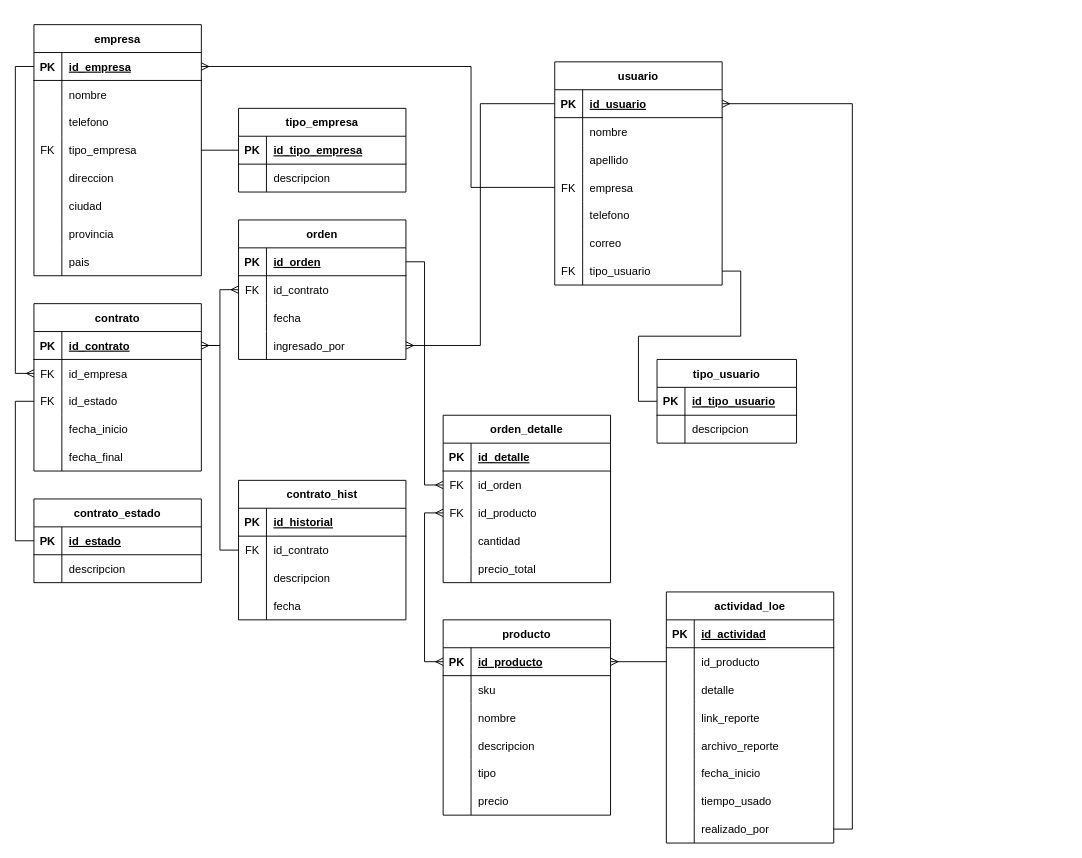
Before: scg_main_db.drawio in ismgonza/scg, a draw.io diagram. Source tidied: cells renumbered, new cells numbered last; positions are measured from the earlier drawing's top-left corner, leaving out a move shared by most shapes. Both pictures are drawn from the tidied source at 93%, with x=0, y=0 at pixel (33, 24).
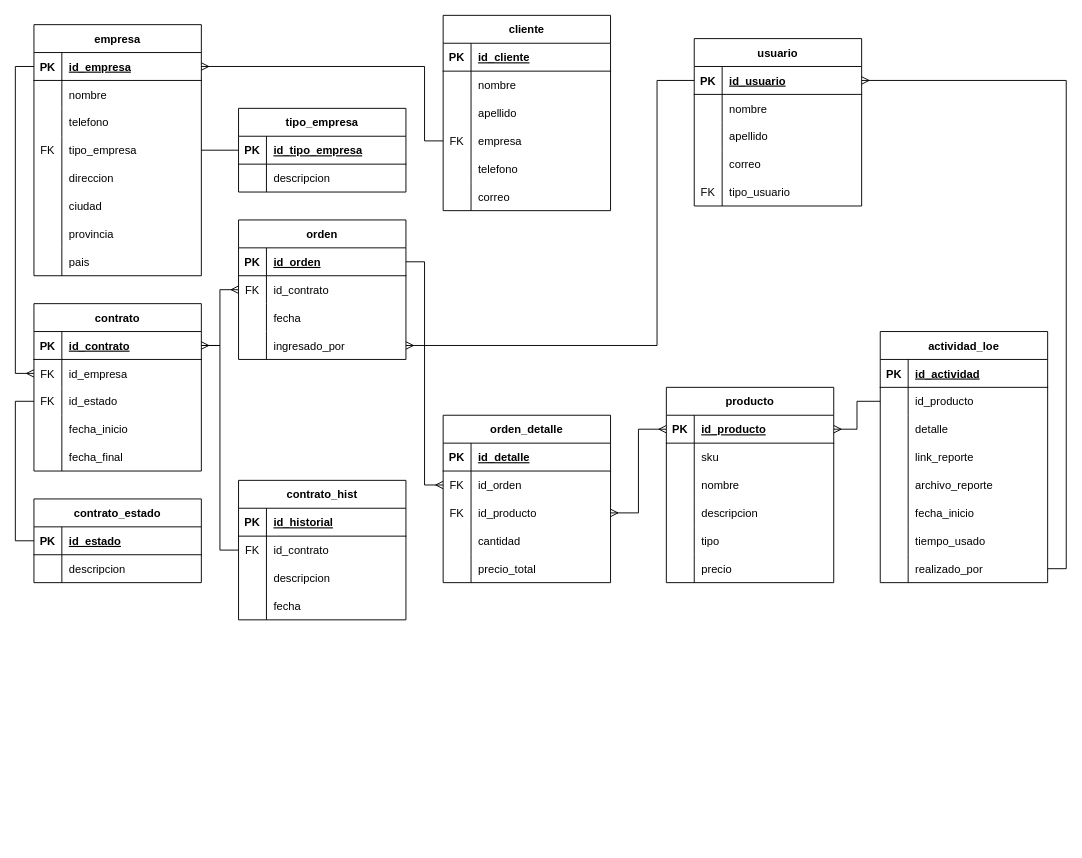
After the change.

The change refers to these unchanged cells:
```xml
<mxCell id="3" style="shape=tableRow;horizontal=0;startSize=0;swimlaneHead=0;swimlaneBody=0;fillColor=none;points=[[0,0.5],[1,0.5]];portConstraint=eastwest;top=0;left=0;right=0;bottom=1;" parent="2" vertex="1">
  <mxGeometry y="30" width="180" height="30" as="geometry" />
</mxCell>
<mxCell id="12" style="shape=tableRow;horizontal=0;startSize=0;swimlaneHead=0;swimlaneBody=0;fillColor=none;points=[[0,0.5],[1,0.5]];portConstraint=eastwest;top=0;left=0;right=0;bottom=0;" parent="2" vertex="1">
  <mxGeometry y="120" width="180" height="30" as="geometry" />
</mxCell>
<mxCell id="25" style="shape=tableRow;horizontal=0;startSize=0;swimlaneHead=0;swimlaneBody=0;fillColor=none;points=[[0,0.5],[1,0.5]];portConstraint=eastwest;top=0;left=0;right=0;bottom=1;" parent="24" vertex="1">
  <mxGeometry y="30" width="180" height="30" as="geometry" />
</mxCell>
<mxCell id="66" style="shape=tableRow;horizontal=0;startSize=0;swimlaneHead=0;swimlaneBody=0;fillColor=none;points=[[0,0.5],[1,0.5]];portConstraint=eastwest;top=0;left=0;right=0;bottom=1;" parent="65" vertex="1">
  <mxGeometry y="30" width="180" height="30" as="geometry" />
</mxCell>
<mxCell id="107" style="shape=tableRow;horizontal=0;startSize=0;swimlaneHead=0;swimlaneBody=0;fillColor=none;points=[[0,0.5],[1,0.5]];portConstraint=eastwest;top=0;left=0;right=0;bottom=0;" parent="100" vertex="1">
  <mxGeometry y="90" width="180" height="30" as="geometry" />
</mxCell>
<mxCell id="127" style="shape=tableRow;horizontal=0;startSize=0;swimlaneHead=0;swimlaneBody=0;fillColor=none;points=[[0,0.5],[1,0.5]];portConstraint=eastwest;top=0;left=0;right=0;bottom=0;" parent="117" vertex="1">
  <mxGeometry y="120" width="180" height="30" as="geometry" />
</mxCell>
<mxCell id="176" style="shape=tableRow;horizontal=0;startSize=0;swimlaneHead=0;swimlaneBody=0;fillColor=none;points=[[0,0.5],[1,0.5]];portConstraint=eastwest;top=0;left=0;right=0;bottom=0;" parent="154" vertex="1">
  <mxGeometry y="240" width="180" height="30" as="geometry" />
</mxCell>
```

Diff of the diagram source:
```diff
@@
-    <mxCell id="2" value="usuario" style="shape=table;startSize=30;childLayout=tableLayout;rowLines=0;fontStyle=1;align=center;" parent="1" vertex="1">
-      <mxGeometry x="560" y="40" width="180" height="240" as="geometry" />
+    <mxCell id="2" value="cliente" style="shape=table;startSize=30;childLayout=tableLayout;rowLines=0;fontStyle=1;align=center;" parent="1" vertex="1">
+      <mxGeometry x="440" y="-10" width="180" height="210" as="geometry" />
     </mxCell>
@@
-    <mxCell id="5" value="id_usuario" style="shape=partialRectangle;fillColor=none;top=0;left=0;bottom=0;right=0;align=left;spacingLeft=6;fontStyle=5;overflow=hidden;" parent="3" vertex="1">
+    <mxCell id="5" value="id_cliente" style="shape=partialRectangle;fillColor=none;top=0;left=0;bottom=0;right=0;align=left;spacingLeft=6;fontStyle=5;overflow=hidden;" parent="3" vertex="1">
       <mxGeometry x="30" width="150" height="30" as="geometry" />
     </mxCell>
@@
-    <mxCell id="21" style="shape=tableRow;horizontal=0;startSize=0;swimlaneHead=0;swimlaneBody=0;fillColor=none;points=[[0,0.5],[1,0.5]];portConstraint=eastwest;top=0;left=0;right=0;bottom=0;" parent="2" vertex="1">
-      <mxGeometry y="210" width="180" height="30" as="geometry" />
-    </mxCell>
-    <mxCell id="22" value="FK" style="shape=partialRectangle;fillColor=none;top=0;left=0;bottom=0;right=0;overflow=hidden;" parent="21" vertex="1">
-      <mxGeometry width="30" height="30" as="geometry" />
-    </mxCell>
-    <mxCell id="23" value="tipo_usuario" style="shape=partialRectangle;fillColor=none;top=0;left=0;bottom=0;right=0;align=left;spacingLeft=6;overflow=hidden;" parent="21" vertex="1">
-      <mxGeometry x="30" width="150" height="30" as="geometry" />
-    </mxCell>
@@
-    <mxCell id="56" value="tipo_usuario" style="shape=table;startSize=30;childLayout=tableLayout;rowLines=0;fontStyle=1;align=center;" parent="1" vertex="1">
-      <mxGeometry x="670" y="360" width="150" height="90" as="geometry" />
-    </mxCell>
-    <mxCell id="57" style="shape=tableRow;horizontal=0;startSize=0;swimlaneHead=0;swimlaneBody=0;fillColor=none;points=[[0,0.5],[1,0.5]];portConstraint=eastwest;top=0;left=0;right=0;bottom=1;" parent="56" vertex="1">
-      <mxGeometry y="30" width="150" height="30" as="geometry" />
-    </mxCell>
-    <mxCell id="58" value="PK" style="shape=partialRectangle;fillColor=none;top=0;left=0;bottom=0;right=0;fontStyle=1;overflow=hidden;" parent="57" vertex="1">
-      <mxGeometry width="30" height="30" as="geometry" />
-    </mxCell>
-    <mxCell id="59" value="id_tipo_usuario" style="shape=partialRectangle;fillColor=none;top=0;left=0;bottom=0;right=0;align=left;spacingLeft=6;fontStyle=5;overflow=hidden;" parent="57" vertex="1">
-      <mxGeometry x="30" width="120" height="30" as="geometry" />
-    </mxCell>
-    <mxCell id="60" style="shape=tableRow;horizontal=0;startSize=0;swimlaneHead=0;swimlaneBody=0;fillColor=none;top=0;left=0;right=0;bottom=0;" parent="56" vertex="1">
-      <mxGeometry y="60" width="150" height="30" as="geometry" />
-    </mxCell>
-    <mxCell id="61" style="shape=partialRectangle;fillColor=none;top=0;left=0;bottom=0;right=0;overflow=hidden;" parent="60" vertex="1">
-      <mxGeometry width="30" height="30" as="geometry" />
-    </mxCell>
-    <mxCell id="62" value="descripcion" style="shape=partialRectangle;fillColor=none;top=0;left=0;bottom=0;right=0;align=left;spacingLeft=6;overflow=hidden;" parent="60" vertex="1">
-      <mxGeometry x="30" width="120" height="30" as="geometry" />
-    </mxCell>
@@
-    <mxCell id="64" style="edgeStyle=orthogonalEdgeStyle;rounded=0;jettySize=auto;html=1;exitX=1;exitY=0.5;exitDx=0;exitDy=0;entryX=0;entryY=0.5;entryDx=0;entryDy=0;endArrow=none;endFill=0;" parent="1" edge="1" source="21" target="57">
-      <mxGeometry relative="1" as="geometry" />
-    </mxCell>
     <mxCell id="65" value="producto" style="shape=table;startSize=30;childLayout=tableLayout;rowLines=0;fontStyle=1;align=center;" parent="1" vertex="1">
-      <mxGeometry x="440" y="640" width="180" height="210" as="geometry" />
+      <mxGeometry x="680" y="390" width="180" height="210" as="geometry" />
     </mxCell>
@@
-    <mxCell id="153" style="edgeStyle=orthogonalEdgeStyle;rounded=0;jettySize=auto;html=1;exitX=0;exitY=0.5;exitDx=0;exitDy=0;entryX=0;entryY=0.5;entryDx=0;entryDy=0;endArrow=ERmany;endFill=0;startArrow=ERmany;startFill=0;" parent="1" edge="1" source="66" target="107">
+    <mxCell id="153" style="edgeStyle=orthogonalEdgeStyle;rounded=0;jettySize=auto;html=1;exitX=0;exitY=0.5;exitDx=0;exitDy=0;entryX=1;entryY=0.5;entryDx=0;entryDy=0;endArrow=ERmany;endFill=0;startArrow=ERmany;startFill=0;" parent="1" edge="1" source="66" target="107">
       <mxGeometry relative="1" as="geometry" />
     </mxCell>
     <mxCell id="154" value="actividad_loe" style="shape=table;startSize=30;childLayout=tableLayout;rowLines=0;fontStyle=1;align=center;" parent="1" vertex="1">
-      <mxGeometry x="680" y="610" width="180" height="270" as="geometry" />
+      <mxGeometry x="910" y="330" width="180" height="270" as="geometry" />
     </mxCell>
@@
-    <mxCell id="181" style="edgeStyle=orthogonalEdgeStyle;rounded=0;jettySize=auto;html=1;exitX=1;exitY=0.5;exitDx=0;exitDy=0;entryX=0;entryY=0.5;entryDx=0;entryDy=0;startArrow=ERmany;startFill=0;endArrow=none;endFill=0;" parent="1" edge="1" source="127" target="3">
-      <mxGeometry relative="1" as="geometry" />
+    <mxCell id="181" style="edgeStyle=orthogonalEdgeStyle;rounded=0;jettySize=auto;html=1;exitX=1;exitY=0.5;exitDx=0;exitDy=0;entryX=0;entryY=0.5;entryDx=0;entryDy=0;startArrow=ERmany;startFill=0;endArrow=none;endFill=0;" parent="1" edge="1" source="127" target="185">
+      <mxGeometry relative="1" as="geometry">
+        <Array as="points">
+          <mxPoint x="670" y="345" />
+          <mxPoint x="670" y="60" />
+        </Array>
+      </mxGeometry>
     </mxCell>
     <mxCell id="182" style="edgeStyle=orthogonalEdgeStyle;rounded=0;jettySize=auto;html=1;exitX=1;exitY=0.5;exitDx=0;exitDy=0;entryX=0;entryY=0.5;entryDx=0;entryDy=0;startArrow=ERmany;startFill=0;endArrow=none;endFill=0;" parent="1" edge="1" source="25" target="12">
       <mxGeometry relative="1" as="geometry">
         <Array as="points">
-          <mxPoint x="470" y="45" />
-          <mxPoint x="470" y="175" />
+          <mxPoint x="420" y="45" />
+          <mxPoint x="420" y="125" />
         </Array>
       </mxGeometry>
     </mxCell>
-    <mxCell id="183" style="edgeStyle=orthogonalEdgeStyle;rounded=0;jettySize=auto;html=1;exitX=1;exitY=0.5;exitDx=0;exitDy=0;entryX=1;entryY=0.5;entryDx=0;entryDy=0;startArrow=ERmany;startFill=0;endArrow=none;endFill=0;" parent="1" edge="1" source="3" target="176">
+    <mxCell id="183" style="edgeStyle=orthogonalEdgeStyle;rounded=0;jettySize=auto;html=1;exitX=1;exitY=0.5;exitDx=0;exitDy=0;entryX=1;entryY=0.5;entryDx=0;entryDy=0;startArrow=ERmany;startFill=0;endArrow=none;endFill=0;" parent="1" edge="1" source="185" target="176">
       <mxGeometry relative="1" as="geometry" />
     </mxCell>
+    <mxCell id="184" value="usuario" style="shape=table;startSize=30;childLayout=tableLayout;rowLines=0;fontStyle=1;align=center;" parent="1" vertex="1">
+      <mxGeometry x="710" y="15" width="180" height="180" as="geometry" />
+    </mxCell>
+    <mxCell id="185" style="shape=tableRow;horizontal=0;startSize=0;swimlaneHead=0;swimlaneBody=0;fillColor=none;points=[[0,0.5],[1,0.5]];portConstraint=eastwest;top=0;left=0;right=0;bottom=1;" parent="184" vertex="1">
+      <mxGeometry y="30" width="180" height="30" as="geometry" />
+    </mxCell>
+    <mxCell id="58" value="PK" style="shape=partialRectangle;fillColor=none;top=0;left=0;bottom=0;right=0;fontStyle=1;overflow=hidden;" parent="185" vertex="1">
+      <mxGeometry width="30" height="30" as="geometry" />
+    </mxCell>
+    <mxCell id="186" value="id_usuario" style="shape=partialRectangle;fillColor=none;top=0;left=0;bottom=0;right=0;align=left;spacingLeft=6;fontStyle=5;overflow=hidden;" parent="185" vertex="1">
+      <mxGeometry x="30" width="150" height="30" as="geometry" />
+    </mxCell>
+    <mxCell id="187" style="shape=tableRow;horizontal=0;startSize=0;swimlaneHead=0;swimlaneBody=0;fillColor=none;top=0;left=0;right=0;bottom=0;" parent="184" vertex="1">
+      <mxGeometry y="60" width="180" height="30" as="geometry" />
+    </mxCell>
+    <mxCell id="188" style="shape=partialRectangle;fillColor=none;top=0;left=0;bottom=0;right=0;overflow=hidden;" parent="187" vertex="1">
+      <mxGeometry width="30" height="30" as="geometry" />
+    </mxCell>
+    <mxCell id="189" value="nombre" style="shape=partialRectangle;fillColor=none;top=0;left=0;bottom=0;right=0;align=left;spacingLeft=6;overflow=hidden;" parent="187" vertex="1">
+      <mxGeometry x="30" width="150" height="30" as="geometry" />
+    </mxCell>
+    <mxCell id="190" style="shape=tableRow;horizontal=0;startSize=0;swimlaneHead=0;swimlaneBody=0;fillColor=none;top=0;left=0;right=0;bottom=0;" parent="184" vertex="1">
+      <mxGeometry y="90" width="180" height="30" as="geometry" />
+    </mxCell>
+    <mxCell id="191" style="shape=partialRectangle;fillColor=none;top=0;left=0;bottom=0;right=0;overflow=hidden;" parent="190" vertex="1">
+      <mxGeometry width="30" height="30" as="geometry" />
+    </mxCell>
+    <mxCell id="192" value="apellido" style="shape=partialRectangle;fillColor=none;top=0;left=0;bottom=0;right=0;align=left;spacingLeft=6;overflow=hidden;" parent="190" vertex="1">
+      <mxGeometry x="30" width="150" height="30" as="geometry" />
+    </mxCell>
+    <mxCell id="193" style="shape=tableRow;horizontal=0;startSize=0;swimlaneHead=0;swimlaneBody=0;fillColor=none;top=0;left=0;right=0;bottom=0;" parent="184" vertex="1">
+      <mxGeometry y="120" width="180" height="30" as="geometry" />
+    </mxCell>
+    <mxCell id="194" style="shape=partialRectangle;fillColor=none;top=0;left=0;bottom=0;right=0;overflow=hidden;" parent="193" vertex="1">
+      <mxGeometry width="30" height="30" as="geometry" />
+    </mxCell>
+    <mxCell id="195" value="correo" style="shape=partialRectangle;fillColor=none;top=0;left=0;bottom=0;right=0;align=left;spacingLeft=6;overflow=hidden;" parent="193" vertex="1">
+      <mxGeometry x="30" width="150" height="30" as="geometry" />
+    </mxCell>
+    <mxCell id="196" style="shape=tableRow;horizontal=0;startSize=0;swimlaneHead=0;swimlaneBody=0;fillColor=none;top=0;left=0;right=0;bottom=0;" parent="184" vertex="1">
+      <mxGeometry y="150" width="180" height="30" as="geometry" />
+    </mxCell>
+    <mxCell id="22" value="FK" style="shape=partialRectangle;fillColor=none;top=0;left=0;bottom=0;right=0;overflow=hidden;" parent="196" vertex="1">
+      <mxGeometry width="30" height="30" as="geometry" />
+    </mxCell>
+    <mxCell id="23" value="tipo_usuario" style="shape=partialRectangle;fillColor=none;top=0;left=0;bottom=0;right=0;align=left;spacingLeft=6;overflow=hidden;" parent="196" vertex="1">
+      <mxGeometry x="30" width="150" height="30" as="geometry" />
+    </mxCell>
```
